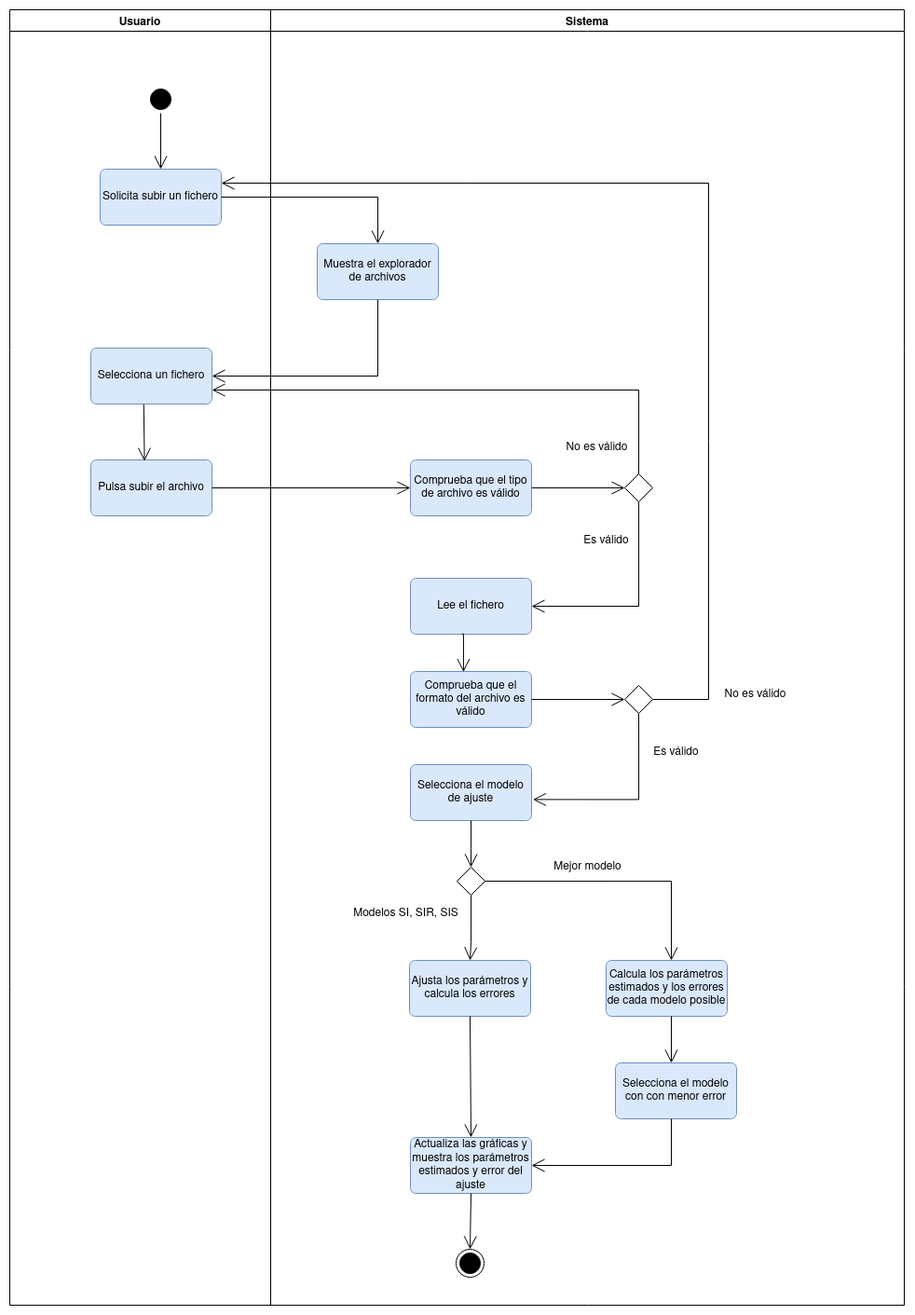
Above: redaccion_tfg/diagramas/diagrama_actividad-Ajuste_parametros.drawio.png in Mapachana/TFG (draw.io), before the change. Source tidied: cells renumbered, new cells last; positions are measured from the earlier drawing's top-left corner, leaving out a move shared by most shapes. Its diagram source:
```xml
<mxGraphModel>
  <root>
    <mxCell id="0" />
    <mxCell id="1" parent="0" />
    <mxCell id="2" style="ellipse;html=1;shape=startState;fillColor=#000000;strokeColor=#000000;rotation=-180;" parent="1" vertex="1">
      <mxGeometry x="147" y="81" width="30" height="30" as="geometry" />
    </mxCell>
    <mxCell id="3" value="Solicita subir un fichero" style="rounded=1;arcSize=10;whiteSpace=wrap;html=1;align=center;strokeColor=#6c8ebf;fillColor=#dae8fc;" parent="1" vertex="1">
      <mxGeometry x="97" y="171" width="130" height="60" as="geometry" />
    </mxCell>
    <mxCell id="4" style="endArrow=open;endFill=1;endSize=12;html=1;rounded=0;strokeColor=#000000;entryX=0.5;entryY=0;entryDx=0;entryDy=0;" parent="1" edge="1" source="2" target="3">
      <mxGeometry relative="1" as="geometry" />
    </mxCell>
    <mxCell id="5" value="Muestra el explorador de archivos" style="rounded=1;arcSize=10;whiteSpace=wrap;html=1;align=center;strokeColor=#6c8ebf;fillColor=#dae8fc;" parent="1" vertex="1">
      <mxGeometry x="330" y="251" width="130" height="60" as="geometry" />
    </mxCell>
    <mxCell id="6" value="Selecciona un fichero" style="rounded=1;arcSize=10;whiteSpace=wrap;html=1;align=center;strokeColor=#6c8ebf;fillColor=#dae8fc;" parent="1" vertex="1">
      <mxGeometry x="87" y="363" width="130" height="60" as="geometry" />
    </mxCell>
    <mxCell id="7" value="Pulsa subir el archivo" style="rounded=1;arcSize=10;whiteSpace=wrap;html=1;align=center;strokeColor=#6c8ebf;fillColor=#dae8fc;" parent="1" vertex="1">
      <mxGeometry x="87" y="483" width="130" height="60" as="geometry" />
    </mxCell>
    <mxCell id="8" value="Comprueba que el tipo de archivo es válido" style="rounded=1;arcSize=10;whiteSpace=wrap;html=1;align=center;strokeColor=#6c8ebf;fillColor=#dae8fc;" parent="1" vertex="1">
      <mxGeometry x="430" y="483" width="130" height="60" as="geometry" />
    </mxCell>
    <mxCell id="9" style="edgeStyle=orthogonalEdgeStyle;rounded=0;jettySize=auto;html=1;strokeColor=#000000;entryX=1;entryY=0.75;entryDx=0;entryDy=0;exitX=0.5;exitY=0;exitDx=0;exitDy=0;endArrow=open;endFill=0;endSize=12;" parent="1" edge="1" source="11" target="6">
      <mxGeometry relative="1" as="geometry">
        <Array as="points">
          <mxPoint x="675" y="408" />
        </Array>
      </mxGeometry>
    </mxCell>
    <mxCell id="10" style="edgeStyle=orthogonalEdgeStyle;rounded=0;jettySize=auto;html=1;entryX=1;entryY=0.5;entryDx=0;entryDy=0;endArrow=open;endFill=0;strokeColor=#000000;endSize=12;" parent="1" edge="1" source="11" target="12">
      <mxGeometry relative="1" as="geometry">
        <Array as="points">
          <mxPoint x="675" y="640" />
        </Array>
      </mxGeometry>
    </mxCell>
    <mxCell id="11" style="rhombus;whiteSpace=wrap;html=1;strokeColor=#000000;" parent="1" vertex="1">
      <mxGeometry x="660" y="498" width="30" height="30" as="geometry" />
    </mxCell>
    <mxCell id="12" value="Lee el fichero" style="rounded=1;arcSize=10;whiteSpace=wrap;html=1;align=center;strokeColor=#6c8ebf;fillColor=#dae8fc;" parent="1" vertex="1">
      <mxGeometry x="430" y="610" width="130" height="60" as="geometry" />
    </mxCell>
    <mxCell id="13" value="Comprueba que el formato del archivo es válido" style="rounded=1;arcSize=10;whiteSpace=wrap;html=1;align=center;strokeColor=#6c8ebf;fillColor=#dae8fc;" parent="1" vertex="1">
      <mxGeometry x="430" y="710" width="130" height="60" as="geometry" />
    </mxCell>
    <mxCell id="14" style="rhombus;whiteSpace=wrap;html=1;strokeColor=#000000;" parent="1" vertex="1">
      <mxGeometry x="660" y="725" width="30" height="30" as="geometry" />
    </mxCell>
    <mxCell id="15" value="Selecciona el modelo de ajuste" style="rounded=1;arcSize=10;whiteSpace=wrap;html=1;align=center;strokeColor=#6c8ebf;fillColor=#dae8fc;" parent="1" vertex="1">
      <mxGeometry x="430" y="810" width="130" height="60" as="geometry" />
    </mxCell>
    <mxCell id="16" value="Ajusta los parámetros y calcula los errores" style="rounded=1;arcSize=10;whiteSpace=wrap;html=1;align=center;strokeColor=#6c8ebf;fillColor=#dae8fc;" parent="1" vertex="1">
      <mxGeometry x="429" y="1020" width="130" height="60" as="geometry" />
    </mxCell>
    <mxCell id="17" value="Actualiza las gráficas y muestra los parámetros estimados y error del ajuste" style="rounded=1;arcSize=10;whiteSpace=wrap;html=1;align=center;strokeColor=#6c8ebf;fillColor=#dae8fc;" parent="1" vertex="1">
      <mxGeometry x="430" y="1210" width="130" height="60" as="geometry" />
    </mxCell>
    <mxCell id="18" style="rhombus;whiteSpace=wrap;html=1;strokeColor=#000000;" parent="1" vertex="1">
      <mxGeometry x="480" y="920" width="30" height="30" as="geometry" />
    </mxCell>
    <mxCell id="19" value="Calcula los parámetros estimados y los errores de cada modelo posible" style="rounded=1;arcSize=10;whiteSpace=wrap;html=1;align=center;strokeColor=#6c8ebf;fillColor=#dae8fc;" parent="1" vertex="1">
      <mxGeometry x="640" y="1020" width="130" height="60" as="geometry" />
    </mxCell>
    <mxCell id="20" value="Selecciona el modelo con con menor error" style="rounded=1;arcSize=10;whiteSpace=wrap;html=1;align=center;strokeColor=#6c8ebf;fillColor=#dae8fc;" parent="1" vertex="1">
      <mxGeometry x="650" y="1130" width="130" height="60" as="geometry" />
    </mxCell>
    <mxCell id="21" style="ellipse;html=1;shape=endState;fillColor=#000000;strokeColor=#000000;" parent="1" vertex="1">
      <mxGeometry x="479" y="1330" width="30" height="30" as="geometry" />
    </mxCell>
    <mxCell id="22" style="endArrow=open;endFill=1;endSize=12;html=1;rounded=0;strokeColor=#000000;entryX=0.5;entryY=0;entryDx=0;entryDy=0;exitX=1;exitY=0.5;exitDx=0;exitDy=0;" parent="1" edge="1" source="3" target="5">
      <mxGeometry relative="1" as="geometry">
        <Array as="points">
          <mxPoint x="395" y="201" />
        </Array>
      </mxGeometry>
    </mxCell>
    <mxCell id="23" style="endArrow=open;endFill=1;endSize=12;html=1;rounded=0;strokeColor=#000000;exitX=0.5;exitY=1;exitDx=0;exitDy=0;entryX=1;entryY=0.5;entryDx=0;entryDy=0;" parent="1" edge="1" source="5" target="6">
      <mxGeometry relative="1" as="geometry">
        <Array as="points">
          <mxPoint x="395" y="393" />
        </Array>
      </mxGeometry>
    </mxCell>
    <mxCell id="24" style="endArrow=open;endFill=1;endSize=12;html=1;rounded=0;strokeColor=#000000;exitX=0.437;exitY=1.007;exitDx=0;exitDy=0;exitPerimeter=0;entryX=0.443;entryY=0.02;entryDx=0;entryDy=0;entryPerimeter=0;" parent="1" edge="1" source="6" target="7">
      <mxGeometry relative="1" as="geometry" />
    </mxCell>
    <mxCell id="25" style="endArrow=open;endFill=1;endSize=12;html=1;rounded=0;strokeColor=#000000;exitX=1;exitY=0.5;exitDx=0;exitDy=0;entryX=0;entryY=0.5;entryDx=0;entryDy=0;" parent="1" edge="1" source="7" target="8">
      <mxGeometry relative="1" as="geometry" />
    </mxCell>
    <mxCell id="26" style="endArrow=open;endFill=1;endSize=12;html=1;rounded=0;strokeColor=#000000;exitX=1;exitY=0.5;exitDx=0;exitDy=0;entryX=0;entryY=0.5;entryDx=0;entryDy=0;" parent="1" edge="1" source="8" target="11">
      <mxGeometry relative="1" as="geometry" />
    </mxCell>
    <mxCell id="27" style="edgeStyle=orthogonalEdgeStyle;rounded=0;jettySize=auto;html=1;entryX=0.438;entryY=0.01;entryDx=0;entryDy=0;endArrow=open;endFill=0;strokeColor=#000000;endSize=12;entryPerimeter=0;exitX=0.426;exitY=0.997;exitDx=0;exitDy=0;exitPerimeter=0;" parent="1" edge="1" source="12" target="13">
      <mxGeometry relative="1" as="geometry">
        <Array as="points">
          <mxPoint x="487" y="670" />
        </Array>
      </mxGeometry>
    </mxCell>
    <mxCell id="28" style="edgeStyle=orthogonalEdgeStyle;rounded=0;jettySize=auto;html=1;endArrow=open;endFill=0;strokeColor=#000000;endSize=12;exitX=0.5;exitY=1;exitDx=0;exitDy=0;entryX=1.011;entryY=0.623;entryDx=0;entryDy=0;entryPerimeter=0;" parent="1" edge="1" source="14" target="15">
      <mxGeometry relative="1" as="geometry">
        <Array as="points">
          <mxPoint x="675" y="847" />
        </Array>
      </mxGeometry>
    </mxCell>
    <mxCell id="29" style="edgeStyle=orthogonalEdgeStyle;rounded=0;jettySize=auto;html=1;endArrow=open;endFill=0;strokeColor=#000000;endSize=12;exitX=1;exitY=0.5;exitDx=0;exitDy=0;entryX=0;entryY=0.5;entryDx=0;entryDy=0;" parent="1" edge="1" source="13" target="14">
      <mxGeometry relative="1" as="geometry" />
    </mxCell>
    <mxCell id="30" style="edgeStyle=orthogonalEdgeStyle;rounded=0;jettySize=auto;html=1;endArrow=open;endFill=0;strokeColor=#000000;endSize=12;exitX=1;exitY=0.5;exitDx=0;exitDy=0;entryX=1;entryY=0.25;entryDx=0;entryDy=0;" parent="1" edge="1" source="14" target="3">
      <mxGeometry relative="1" as="geometry">
        <Array as="points">
          <mxPoint x="750" y="740" />
          <mxPoint x="750" y="186" />
        </Array>
      </mxGeometry>
    </mxCell>
    <mxCell id="31" style="edgeStyle=orthogonalEdgeStyle;rounded=0;jettySize=auto;html=1;endArrow=open;endFill=0;strokeColor=#000000;endSize=12;exitX=0.5;exitY=1;exitDx=0;exitDy=0;entryX=0.5;entryY=0;entryDx=0;entryDy=0;" parent="1" edge="1" source="15" target="18">
      <mxGeometry relative="1" as="geometry">
        <Array as="points">
          <mxPoint x="495" y="900" />
          <mxPoint x="495" y="900" />
        </Array>
      </mxGeometry>
    </mxCell>
    <mxCell id="32" style="edgeStyle=orthogonalEdgeStyle;rounded=0;jettySize=auto;html=1;endArrow=open;endFill=0;strokeColor=#000000;endSize=12;exitX=0.5;exitY=1;exitDx=0;exitDy=0;entryX=0.5;entryY=0;entryDx=0;entryDy=0;" parent="1" edge="1" source="18" target="16">
      <mxGeometry relative="1" as="geometry">
        <Array as="points">
          <mxPoint x="495" y="1000" />
          <mxPoint x="494" y="1000" />
        </Array>
      </mxGeometry>
    </mxCell>
    <mxCell id="33" style="edgeStyle=orthogonalEdgeStyle;rounded=0;jettySize=auto;html=1;endArrow=open;endFill=0;strokeColor=#000000;endSize=12;exitX=1;exitY=0.5;exitDx=0;exitDy=0;" parent="1" edge="1" source="18">
      <mxGeometry relative="1" as="geometry">
        <mxPoint x="710" y="1020" as="targetPoint" />
        <Array as="points">
          <mxPoint x="710" y="935" />
          <mxPoint x="710" y="1016" />
        </Array>
      </mxGeometry>
    </mxCell>
    <mxCell id="34" style="endArrow=open;endFill=1;endSize=12;html=1;rounded=0;strokeColor=#000000;entryX=0.5;entryY=0;entryDx=0;entryDy=0;exitX=0.5;exitY=1;exitDx=0;exitDy=0;" parent="1" edge="1" source="16" target="17">
      <mxGeometry relative="1" as="geometry" />
    </mxCell>
    <mxCell id="35" style="endArrow=open;endFill=1;endSize=12;html=1;rounded=0;strokeColor=#000000;" parent="1" edge="1">
      <mxGeometry relative="1" as="geometry">
        <mxPoint x="710" y="1080" as="sourcePoint" />
        <mxPoint x="710" y="1130" as="targetPoint" />
      </mxGeometry>
    </mxCell>
    <mxCell id="36" style="endArrow=open;endFill=1;endSize=12;html=1;rounded=0;strokeColor=#000000;entryX=1;entryY=0.5;entryDx=0;entryDy=0;" parent="1" edge="1" target="17">
      <mxGeometry relative="1" as="geometry">
        <mxPoint x="710" y="1190" as="sourcePoint" />
        <Array as="points">
          <mxPoint x="710" y="1240" />
        </Array>
      </mxGeometry>
    </mxCell>
    <mxCell id="37" style="endArrow=open;endFill=1;endSize=12;html=1;rounded=0;strokeColor=#000000;entryX=0.5;entryY=0;entryDx=0;entryDy=0;exitX=0.5;exitY=1;exitDx=0;exitDy=0;" parent="1" edge="1" source="17" target="21">
      <mxGeometry relative="1" as="geometry" />
    </mxCell>
    <mxCell id="38" value="No es válido" style="text;html=1;align=center;verticalAlign=middle;strokeColor=none;fillColor=none;" parent="1" vertex="1">
      <mxGeometry x="590" y="460" width="80" height="20" as="geometry" />
    </mxCell>
    <mxCell id="39" value="Es válido" style="text;html=1;align=center;verticalAlign=middle;strokeColor=none;fillColor=none;" parent="1" vertex="1">
      <mxGeometry x="610" y="560" width="60" height="20" as="geometry" />
    </mxCell>
    <mxCell id="40" value="No es válido" style="text;html=1;align=center;verticalAlign=middle;strokeColor=none;fillColor=none;" parent="1" vertex="1">
      <mxGeometry x="760" y="725" width="80" height="20" as="geometry" />
    </mxCell>
    <mxCell id="41" value="Es válido" style="text;html=1;align=center;verticalAlign=middle;strokeColor=none;fillColor=none;" parent="1" vertex="1">
      <mxGeometry x="685" y="787" width="60" height="20" as="geometry" />
    </mxCell>
    <mxCell id="42" value="Modelos SI, SIR, SIS" style="text;html=1;align=center;verticalAlign=middle;strokeColor=none;fillColor=none;" parent="1" vertex="1">
      <mxGeometry x="360" y="960" width="130" height="20" as="geometry" />
    </mxCell>
    <mxCell id="43" value="Mejor modelo" style="text;html=1;align=center;verticalAlign=middle;strokeColor=none;fillColor=none;" parent="1" vertex="1">
      <mxGeometry x="575" y="910" width="90" height="20" as="geometry" />
    </mxCell>
    <mxCell id="44" value="Usuario" style="swimlane;" parent="1" vertex="1">
      <mxGeometry width="280" height="1390" as="geometry" />
    </mxCell>
    <mxCell id="45" value="Sistema" style="swimlane;" parent="1" vertex="1">
      <mxGeometry x="280" width="680" height="1390" as="geometry" />
    </mxCell>
  </root>
</mxGraphModel>
```
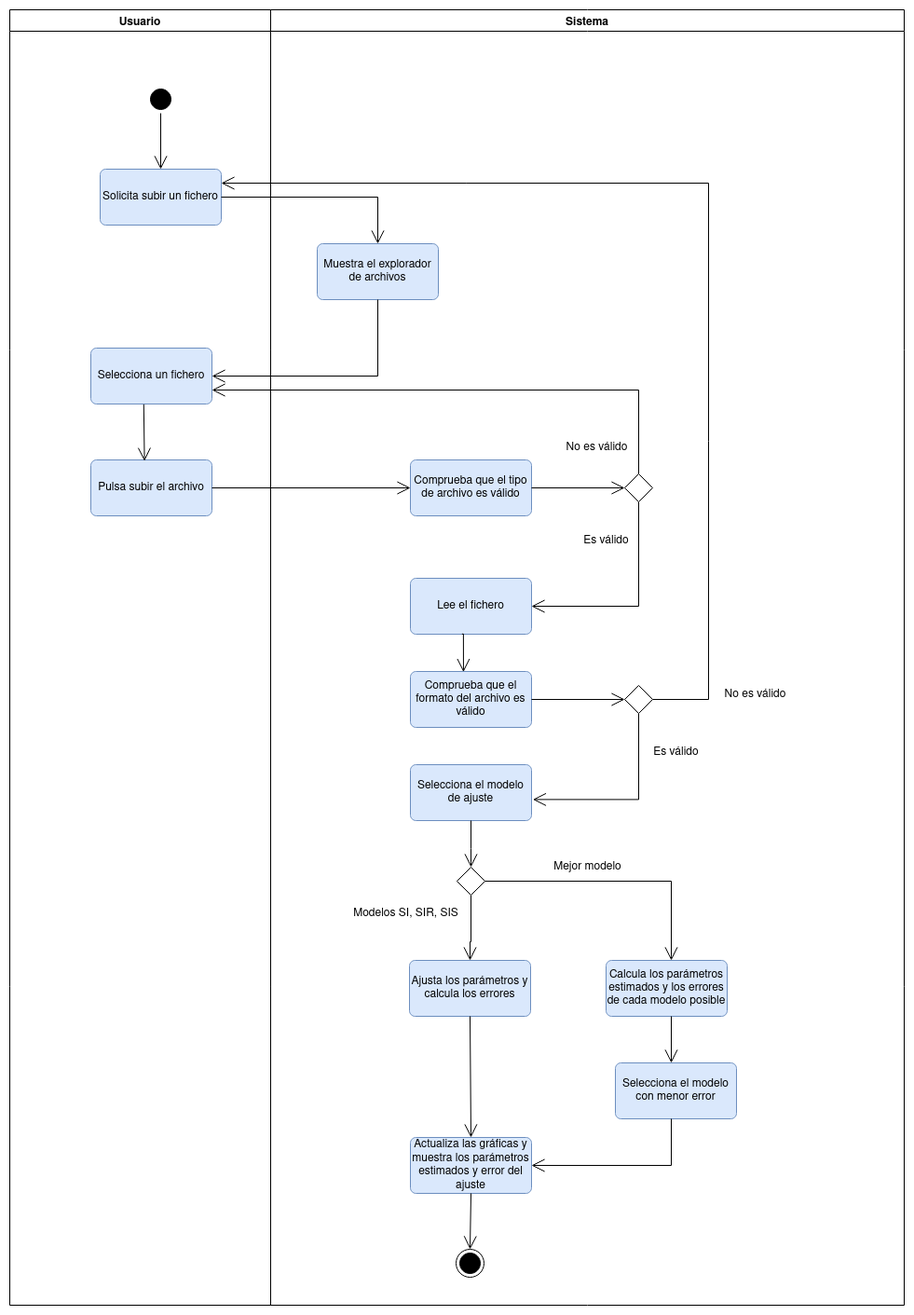
The same diagram one commit later.

The edit, as a diff of the source:
```diff
@@ -64,7 +64,7 @@
     <mxCell id="19" value="Calcula los parámetros estimados y los errores de cada modelo posible" style="rounded=1;arcSize=10;whiteSpace=wrap;html=1;align=center;strokeColor=#6c8ebf;fillColor=#dae8fc;" parent="1" vertex="1">
       <mxGeometry x="640" y="1020" width="130" height="60" as="geometry" />
     </mxCell>
-    <mxCell id="20" value="Selecciona el modelo con con menor error" style="rounded=1;arcSize=10;whiteSpace=wrap;html=1;align=center;strokeColor=#6c8ebf;fillColor=#dae8fc;" parent="1" vertex="1">
+    <mxCell id="20" value="Selecciona el modelo con menor error" style="rounded=1;arcSize=10;whiteSpace=wrap;html=1;align=center;strokeColor=#6c8ebf;fillColor=#dae8fc;" parent="1" vertex="1">
       <mxGeometry x="650" y="1130" width="130" height="60" as="geometry" />
     </mxCell>
     <mxCell id="21" style="ellipse;html=1;shape=endState;fillColor=#000000;strokeColor=#000000;" parent="1" vertex="1">
```
